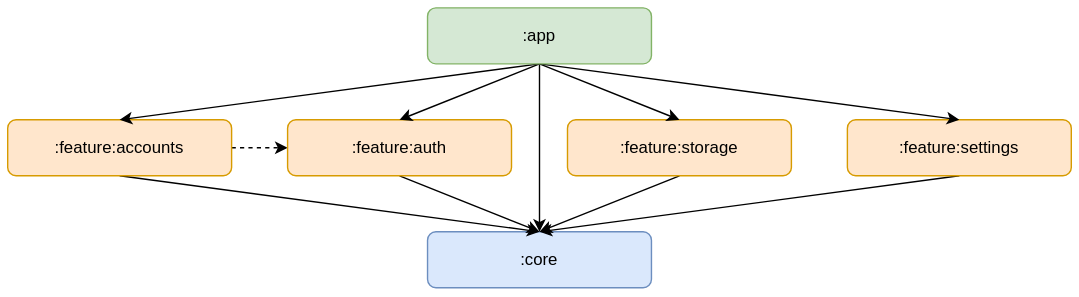
Earlier version of the draw.io export docs/img/development/modules.drawio.svg (Christian-2003/password-vault). Source tidied: cells renumbered, new cells last; positions are measured from the earlier drawing's top-left corner, leaving out a move shared by most shapes. The source it was exported from:
```xml
<mxGraphModel>
  <root>
    <mxCell id="0" />
    <mxCell id="1" parent="0" />
    <mxCell id="2" style="rounded=0;jettySize=auto;html=1;exitX=1;exitY=0.5;exitDx=0;exitDy=0;entryX=0;entryY=0.5;entryDx=0;entryDy=0;dashed=1;" parent="1" edge="1" source="9" target="15">
      <mxGeometry relative="1" as="geometry" />
    </mxCell>
    <mxCell id="3" value=":core" style="rounded=1;whiteSpace=wrap;html=1;fillColor=#dae8fc;strokeColor=#6c8ebf;" parent="1" vertex="1">
      <mxGeometry x="300" y="160" width="160" height="40" as="geometry" />
    </mxCell>
    <mxCell id="4" style="rounded=0;jettySize=auto;html=1;exitX=0.5;exitY=1;exitDx=0;exitDy=0;entryX=0.5;entryY=0;entryDx=0;entryDy=0;" parent="1" edge="1" source="8" target="3">
      <mxGeometry relative="1" as="geometry" />
    </mxCell>
    <mxCell id="5" style="rounded=0;jettySize=auto;html=1;exitX=0.5;exitY=1;exitDx=0;exitDy=0;entryX=0.5;entryY=0;entryDx=0;entryDy=0;" parent="1" edge="1" source="10" target="3">
      <mxGeometry relative="1" as="geometry" />
    </mxCell>
    <mxCell id="6" style="rounded=0;jettySize=auto;html=1;exitX=0.5;exitY=1;exitDx=0;exitDy=0;entryX=0.5;entryY=0;entryDx=0;entryDy=0;" parent="1" edge="1" source="15" target="3">
      <mxGeometry relative="1" as="geometry" />
    </mxCell>
    <mxCell id="7" style="rounded=0;jettySize=auto;html=1;exitX=0.5;exitY=1;exitDx=0;exitDy=0;entryX=0.5;entryY=0;entryDx=0;entryDy=0;" parent="1" edge="1" source="9" target="3">
      <mxGeometry relative="1" as="geometry" />
    </mxCell>
    <mxCell id="8" value=":feature:settings" style="rounded=1;whiteSpace=wrap;html=1;fillColor=#ffe6cc;strokeColor=#d79b00;fontStyle=0;" parent="1" vertex="1">
      <mxGeometry x="600" y="80" width="160" height="40" as="geometry" />
    </mxCell>
    <mxCell id="9" value=":feature:accounts" style="rounded=1;whiteSpace=wrap;html=1;fillColor=#ffe6cc;strokeColor=#d79b00;fontStyle=0;" parent="1" vertex="1">
      <mxGeometry y="80" width="160" height="40" as="geometry" />
    </mxCell>
    <mxCell id="10" value=":feature:storage" style="rounded=1;whiteSpace=wrap;html=1;fillColor=#ffe6cc;strokeColor=#d79b00;fontStyle=0;" parent="1" vertex="1">
      <mxGeometry x="400" y="80" width="160" height="40" as="geometry" />
    </mxCell>
    <mxCell id="11" style="rounded=0;jettySize=auto;html=1;exitX=0.5;exitY=1;exitDx=0;exitDy=0;entryX=0.5;entryY=0;entryDx=0;entryDy=0;" parent="1" edge="1" source="17" target="9">
      <mxGeometry relative="1" as="geometry" />
    </mxCell>
    <mxCell id="12" style="rounded=0;jettySize=auto;html=1;exitX=0.5;exitY=1;exitDx=0;exitDy=0;entryX=0.5;entryY=0;entryDx=0;entryDy=0;" parent="1" edge="1" source="17" target="10">
      <mxGeometry relative="1" as="geometry" />
    </mxCell>
    <mxCell id="13" style="rounded=0;jettySize=auto;html=1;exitX=0.5;exitY=1;exitDx=0;exitDy=0;entryX=0.5;entryY=0;entryDx=0;entryDy=0;" parent="1" edge="1" source="17" target="8">
      <mxGeometry relative="1" as="geometry" />
    </mxCell>
    <mxCell id="14" style="rounded=0;jettySize=auto;html=1;exitX=0.5;exitY=1;exitDx=0;exitDy=0;entryX=0.5;entryY=0;entryDx=0;entryDy=0;" parent="1" edge="1" source="17" target="3">
      <mxGeometry relative="1" as="geometry" />
    </mxCell>
    <mxCell id="15" value=":feature:auth" style="rounded=1;whiteSpace=wrap;html=1;fillColor=#ffe6cc;strokeColor=#d79b00;fontStyle=0;" parent="1" vertex="1">
      <mxGeometry x="200" y="80" width="160" height="40" as="geometry" />
    </mxCell>
    <mxCell id="16" style="rounded=0;jettySize=auto;html=1;exitX=0.5;exitY=1;exitDx=0;exitDy=0;entryX=0.5;entryY=0;entryDx=0;entryDy=0;" parent="1" edge="1" source="17" target="15">
      <mxGeometry relative="1" as="geometry" />
    </mxCell>
    <mxCell id="17" value=":app" style="rounded=1;whiteSpace=wrap;html=1;fillColor=#d5e8d4;strokeColor=#82b366;" parent="1" vertex="1">
      <mxGeometry x="300" width="160" height="40" as="geometry" />
    </mxCell>
  </root>
</mxGraphModel>
```
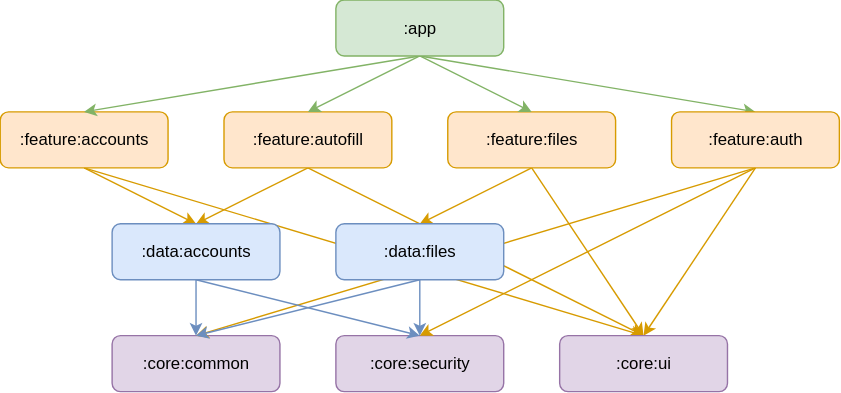
Above is the later version.

The edit, as a diff of the source:
```diff
@@ -2,53 +2,86 @@
   <root>
     <mxCell id="0" />
     <mxCell id="1" parent="0" />
-    <mxCell id="2" style="rounded=0;jettySize=auto;html=1;exitX=1;exitY=0.5;exitDx=0;exitDy=0;entryX=0;entryY=0.5;entryDx=0;entryDy=0;dashed=1;" parent="1" edge="1" source="9" target="15">
-      <mxGeometry relative="1" as="geometry" />
-    </mxCell>
-    <mxCell id="3" value=":core" style="rounded=1;whiteSpace=wrap;html=1;fillColor=#dae8fc;strokeColor=#6c8ebf;" parent="1" vertex="1">
-      <mxGeometry x="300" y="160" width="160" height="40" as="geometry" />
-    </mxCell>
-    <mxCell id="4" style="rounded=0;jettySize=auto;html=1;exitX=0.5;exitY=1;exitDx=0;exitDy=0;entryX=0.5;entryY=0;entryDx=0;entryDy=0;" parent="1" edge="1" source="8" target="3">
-      <mxGeometry relative="1" as="geometry" />
-    </mxCell>
-    <mxCell id="5" style="rounded=0;jettySize=auto;html=1;exitX=0.5;exitY=1;exitDx=0;exitDy=0;entryX=0.5;entryY=0;entryDx=0;entryDy=0;" parent="1" edge="1" source="10" target="3">
-      <mxGeometry relative="1" as="geometry" />
-    </mxCell>
-    <mxCell id="6" style="rounded=0;jettySize=auto;html=1;exitX=0.5;exitY=1;exitDx=0;exitDy=0;entryX=0.5;entryY=0;entryDx=0;entryDy=0;" parent="1" edge="1" source="15" target="3">
-      <mxGeometry relative="1" as="geometry" />
-    </mxCell>
-    <mxCell id="7" style="rounded=0;jettySize=auto;html=1;exitX=0.5;exitY=1;exitDx=0;exitDy=0;entryX=0.5;entryY=0;entryDx=0;entryDy=0;" parent="1" edge="1" source="9" target="3">
-      <mxGeometry relative="1" as="geometry" />
-    </mxCell>
-    <mxCell id="8" value=":feature:settings" style="rounded=1;whiteSpace=wrap;html=1;fillColor=#ffe6cc;strokeColor=#d79b00;fontStyle=0;" parent="1" vertex="1">
-      <mxGeometry x="600" y="80" width="160" height="40" as="geometry" />
-    </mxCell>
+    <mxCell id="18" value=":core:common" style="rounded=1;whiteSpace=wrap;html=1;fillColor=#e1d5e7;strokeColor=#9673a6;" parent="1" vertex="1">
+      <mxGeometry x="80" y="240" width="120" height="40" as="geometry" />
+    </mxCell>
+    <mxCell id="19" value=":core:security" style="rounded=1;whiteSpace=wrap;html=1;fillColor=#e1d5e7;strokeColor=#9673a6;" parent="1" vertex="1">
+      <mxGeometry x="240" y="240" width="120" height="40" as="geometry" />
+    </mxCell>
+    <mxCell id="20" style="rounded=0;jettySize=auto;html=1;exitX=0.5;exitY=1;exitDx=0;exitDy=0;entryX=0.5;entryY=0;entryDx=0;entryDy=0;fillColor=#ffe6cc;strokeColor=#d79b00;" parent="1" edge="1" source="9" target="35">
+      <mxGeometry relative="1" as="geometry" />
+    </mxCell>
+    <mxCell id="21" style="rounded=0;jettySize=auto;html=1;exitX=0.5;exitY=1;exitDx=0;exitDy=0;entryX=0.5;entryY=0;entryDx=0;entryDy=0;fillColor=#ffe6cc;strokeColor=#d79b00;" parent="1" edge="1" source="9" target="39">
+      <mxGeometry relative="1" as="geometry" />
+    </mxCell>
-    <mxCell id="9" value=":feature:accounts" style="rounded=1;whiteSpace=wrap;html=1;fillColor=#ffe6cc;strokeColor=#d79b00;fontStyle=0;" parent="1" vertex="1">
-      <mxGeometry y="80" width="160" height="40" as="geometry" />
+    <mxCell id="9" value=":feature:accounts" style="rounded=1;whiteSpace=wrap;html=1;fillColor=#ffe6cc;strokeColor=#d79b00;" parent="1" vertex="1">
+      <mxGeometry y="80" width="120" height="40" as="geometry" />
     </mxCell>
-    <mxCell id="10" value=":feature:storage" style="rounded=1;whiteSpace=wrap;html=1;fillColor=#ffe6cc;strokeColor=#d79b00;fontStyle=0;" parent="1" vertex="1">
-      <mxGeometry x="400" y="80" width="160" height="40" as="geometry" />
-    </mxCell>
+    <mxCell id="22" style="rounded=0;jettySize=auto;html=1;exitX=0.5;exitY=1;exitDx=0;exitDy=0;entryX=0.5;entryY=0;entryDx=0;entryDy=0;fillColor=#ffe6cc;strokeColor=#d79b00;" parent="1" edge="1" source="24" target="38">
+      <mxGeometry relative="1" as="geometry" />
+    </mxCell>
+    <mxCell id="23" style="rounded=0;jettySize=auto;html=1;exitX=0.5;exitY=1;exitDx=0;exitDy=0;entryX=0.5;entryY=0;entryDx=0;entryDy=0;fillColor=#ffe6cc;strokeColor=#d79b00;" parent="1" edge="1" source="24" target="39">
+      <mxGeometry relative="1" as="geometry" />
+    </mxCell>
+    <mxCell id="24" value=":feature:files" style="rounded=1;whiteSpace=wrap;html=1;fillColor=#ffe6cc;strokeColor=#d79b00;" parent="1" vertex="1">
+      <mxGeometry x="320" y="80" width="120" height="40" as="geometry" />
+    </mxCell>
+    <mxCell id="25" style="rounded=0;jettySize=auto;html=1;exitX=0.5;exitY=1;exitDx=0;exitDy=0;entryX=0.5;entryY=0;entryDx=0;entryDy=0;fillColor=#ffe6cc;strokeColor=#d79b00;" parent="1" edge="1" source="27" target="35">
+      <mxGeometry relative="1" as="geometry" />
+    </mxCell>
+    <mxCell id="26" style="rounded=0;jettySize=auto;html=1;exitX=0.5;exitY=1;exitDx=0;exitDy=0;entryX=0.5;entryY=0;entryDx=0;entryDy=0;fillColor=#ffe6cc;strokeColor=#d79b00;" parent="1" edge="1" source="27" target="39">
+      <mxGeometry relative="1" as="geometry" />
+    </mxCell>
+    <mxCell id="27" value=":feature:autofill" style="rounded=1;whiteSpace=wrap;html=1;fillColor=#ffe6cc;strokeColor=#d79b00;" parent="1" vertex="1">
+      <mxGeometry x="160" y="80" width="120" height="40" as="geometry" />
+    </mxCell>
-    <mxCell id="11" style="rounded=0;jettySize=auto;html=1;exitX=0.5;exitY=1;exitDx=0;exitDy=0;entryX=0.5;entryY=0;entryDx=0;entryDy=0;" parent="1" edge="1" source="17" target="9">
+    <mxCell id="11" style="rounded=0;jettySize=auto;html=1;exitX=0.5;exitY=1;exitDx=0;exitDy=0;entryX=0.5;entryY=0;entryDx=0;entryDy=0;fillColor=#d5e8d4;strokeColor=#82b366;" parent="1" edge="1" source="17" target="9">
       <mxGeometry relative="1" as="geometry" />
     </mxCell>
-    <mxCell id="12" style="rounded=0;jettySize=auto;html=1;exitX=0.5;exitY=1;exitDx=0;exitDy=0;entryX=0.5;entryY=0;entryDx=0;entryDy=0;" parent="1" edge="1" source="17" target="10">
-      <mxGeometry relative="1" as="geometry" />
-    </mxCell>
-    <mxCell id="13" style="rounded=0;jettySize=auto;html=1;exitX=0.5;exitY=1;exitDx=0;exitDy=0;entryX=0.5;entryY=0;entryDx=0;entryDy=0;" parent="1" edge="1" source="17" target="8">
-      <mxGeometry relative="1" as="geometry" />
-    </mxCell>
-    <mxCell id="14" style="rounded=0;jettySize=auto;html=1;exitX=0.5;exitY=1;exitDx=0;exitDy=0;entryX=0.5;entryY=0;entryDx=0;entryDy=0;" parent="1" edge="1" source="17" target="3">
-      <mxGeometry relative="1" as="geometry" />
-    </mxCell>
-    <mxCell id="15" value=":feature:auth" style="rounded=1;whiteSpace=wrap;html=1;fillColor=#ffe6cc;strokeColor=#d79b00;fontStyle=0;" parent="1" vertex="1">
-      <mxGeometry x="200" y="80" width="160" height="40" as="geometry" />
-    </mxCell>
+    <mxCell id="28" style="rounded=0;jettySize=auto;html=1;exitX=0.5;exitY=1;exitDx=0;exitDy=0;entryX=0.5;entryY=0;entryDx=0;entryDy=0;fillColor=#d5e8d4;strokeColor=#82b366;" parent="1" edge="1" source="17" target="24">
+      <mxGeometry relative="1" as="geometry" />
+    </mxCell>
+    <mxCell id="29" style="rounded=0;jettySize=auto;html=1;exitX=0.5;exitY=1;exitDx=0;exitDy=0;entryX=0.5;entryY=0;entryDx=0;entryDy=0;fillColor=#d5e8d4;strokeColor=#82b366;" parent="1" edge="1" source="17" target="27">
+      <mxGeometry relative="1" as="geometry" />
+    </mxCell>
-    <mxCell id="16" style="rounded=0;jettySize=auto;html=1;exitX=0.5;exitY=1;exitDx=0;exitDy=0;entryX=0.5;entryY=0;entryDx=0;entryDy=0;" parent="1" edge="1" source="17" target="15">
+    <mxCell id="16" style="rounded=0;jettySize=auto;html=1;exitX=0.5;exitY=1;exitDx=0;exitDy=0;entryX=0.5;entryY=0;entryDx=0;entryDy=0;fillColor=#d5e8d4;strokeColor=#82b366;" parent="1" edge="1" source="17" target="15">
       <mxGeometry relative="1" as="geometry" />
     </mxCell>
     <mxCell id="17" value=":app" style="rounded=1;whiteSpace=wrap;html=1;fillColor=#d5e8d4;strokeColor=#82b366;" parent="1" vertex="1">
-      <mxGeometry x="300" width="160" height="40" as="geometry" />
+      <mxGeometry x="240" width="120" height="40" as="geometry" />
     </mxCell>
+    <mxCell id="30" style="rounded=0;jettySize=auto;html=1;exitX=0.5;exitY=1;exitDx=0;exitDy=0;entryX=0.5;entryY=0;entryDx=0;entryDy=0;fillColor=#ffe6cc;strokeColor=#d79b00;" parent="1" edge="1" source="15" target="19">
+      <mxGeometry relative="1" as="geometry" />
+    </mxCell>
+    <mxCell id="31" style="rounded=0;jettySize=auto;html=1;exitX=0.5;exitY=1;exitDx=0;exitDy=0;entryX=0.5;entryY=0;entryDx=0;entryDy=0;fillColor=#ffe6cc;strokeColor=#d79b00;" parent="1" edge="1" source="15" target="39">
+      <mxGeometry relative="1" as="geometry" />
+    </mxCell>
+    <mxCell id="32" style="rounded=0;jettySize=auto;html=1;exitX=0.5;exitY=1;exitDx=0;exitDy=0;entryX=0.5;entryY=0;entryDx=0;entryDy=0;fillColor=#ffe6cc;strokeColor=#d79b00;" parent="1" edge="1" source="15" target="18">
+      <mxGeometry relative="1" as="geometry" />
+    </mxCell>
+    <mxCell id="15" value=":feature:auth" style="rounded=1;whiteSpace=wrap;html=1;fillColor=#ffe6cc;strokeColor=#d79b00;" parent="1" vertex="1">
+      <mxGeometry x="480" y="80" width="120" height="40" as="geometry" />
+    </mxCell>
+    <mxCell id="33" style="rounded=0;jettySize=auto;html=1;exitX=0.5;exitY=1;exitDx=0;exitDy=0;entryX=0.5;entryY=0;entryDx=0;entryDy=0;fillColor=#dae8fc;strokeColor=#6c8ebf;" parent="1" edge="1" source="35" target="18">
+      <mxGeometry relative="1" as="geometry" />
+    </mxCell>
+    <mxCell id="34" style="rounded=0;jettySize=auto;html=1;exitX=0.5;exitY=1;exitDx=0;exitDy=0;entryX=0.5;entryY=0;entryDx=0;entryDy=0;fillColor=#dae8fc;strokeColor=#6c8ebf;" parent="1" edge="1" source="35" target="19">
+      <mxGeometry relative="1" as="geometry" />
+    </mxCell>
+    <mxCell id="35" value=":data:accounts" style="rounded=1;whiteSpace=wrap;html=1;fillColor=#dae8fc;strokeColor=#6c8ebf;" parent="1" vertex="1">
+      <mxGeometry x="80" y="160" width="120" height="40" as="geometry" />
+    </mxCell>
+    <mxCell id="36" style="rounded=0;jettySize=auto;html=1;exitX=0.5;exitY=1;exitDx=0;exitDy=0;entryX=0.5;entryY=0;entryDx=0;entryDy=0;fillColor=#dae8fc;strokeColor=#6c8ebf;" parent="1" edge="1" source="38" target="19">
+      <mxGeometry relative="1" as="geometry" />
+    </mxCell>
+    <mxCell id="37" style="rounded=0;jettySize=auto;html=1;exitX=0.5;exitY=1;exitDx=0;exitDy=0;entryX=0.5;entryY=0;entryDx=0;entryDy=0;fillColor=#dae8fc;strokeColor=#6c8ebf;" parent="1" edge="1" source="38" target="18">
+      <mxGeometry relative="1" as="geometry" />
+    </mxCell>
+    <mxCell id="38" value=":data:files" style="rounded=1;whiteSpace=wrap;html=1;fillColor=#dae8fc;strokeColor=#6c8ebf;" parent="1" vertex="1">
+      <mxGeometry x="240" y="160" width="120" height="40" as="geometry" />
+    </mxCell>
+    <mxCell id="39" value=":core:ui" style="rounded=1;whiteSpace=wrap;html=1;fillColor=#e1d5e7;strokeColor=#9673a6;" parent="1" vertex="1">
+      <mxGeometry x="400" y="240" width="120" height="40" as="geometry" />
+    </mxCell>
   </root>
 </mxGraphModel>
```
